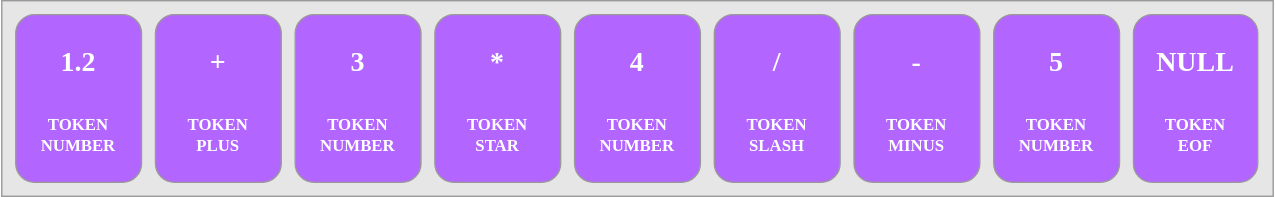
elle-j/thusly keeps this draw.io diagram as design/media/thusly-design-example-arithmetic-tokens.svg. Above is the earlier version. Source tidied: cells renumbered, new cells last; positions are measured from the earlier drawing's top-left corner, leaving out a move shared by most shapes.
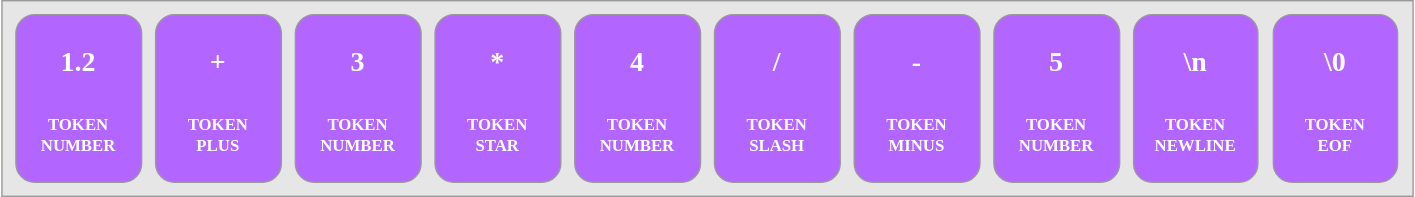
After the commit.

Commit message:
Update design documentation for interpreting arithmetic expression (#35)

Diff of the diagram source:
```diff
@@ -3,7 +3,7 @@
     <mxCell id="0" />
     <mxCell id="1" parent="0" />
     <mxCell id="2" style="rounded=0;whiteSpace=wrap;html=1;fillColor=#E6E6E6;strokeColor=#999999;" parent="1" vertex="1">
-      <mxGeometry width="910" height="140" as="geometry" />
+      <mxGeometry width="1010" height="140" as="geometry" />
     </mxCell>
     <mxCell id="3" value="&lt;div&gt;&lt;font style=&quot;font-size: 20px;&quot;&gt;1.2&lt;/font&gt;&lt;/div&gt;&lt;div style=&quot;&quot;&gt;&lt;font style=&quot;font-size: 20px;&quot;&gt;&lt;br&gt;&lt;/font&gt;&lt;/div&gt;&lt;div style=&quot;line-height: 60%;&quot;&gt;&lt;font style=&quot;font-size: 12px;&quot;&gt;TOKEN&lt;/font&gt;&lt;/div&gt;&lt;div style=&quot;line-height: 60%;&quot;&gt;&lt;span style=&quot;font-size: 12px;&quot;&gt;NUMBER&lt;/span&gt;&lt;/div&gt;" style="text;html=1;align=center;verticalAlign=middle;whiteSpace=wrap;rounded=1;fontSize=20;fontFamily=Georgia;labelBackgroundColor=none;perimeterSpacing=0;glass=0;shadow=0;fontStyle=1;strokeColor=#999999;fontColor=#FFFFFF;fillColor=#B266FF;" parent="1" vertex="1">
       <mxGeometry x="10" y="10" width="90" height="120" as="geometry" />
@@ -29,8 +29,11 @@
     <mxCell id="10" value="&lt;div&gt;5&lt;/div&gt;&lt;div style=&quot;&quot;&gt;&lt;font style=&quot;font-size: 20px;&quot;&gt;&lt;br&gt;&lt;/font&gt;&lt;/div&gt;&lt;div style=&quot;line-height: 60%;&quot;&gt;&lt;font style=&quot;font-size: 12px;&quot;&gt;TOKEN&lt;/font&gt;&lt;/div&gt;&lt;div style=&quot;line-height: 60%;&quot;&gt;&lt;span style=&quot;font-size: 12px;&quot;&gt;NUMBER&lt;/span&gt;&lt;/div&gt;" style="text;html=1;align=center;verticalAlign=middle;whiteSpace=wrap;rounded=1;fontSize=20;fontFamily=Georgia;labelBackgroundColor=none;perimeterSpacing=0;glass=0;shadow=0;fontStyle=1;strokeColor=#999999;fontColor=#FFFFFF;fillColor=#B266FF;" parent="1" vertex="1">
       <mxGeometry x="710" y="10" width="90" height="120" as="geometry" />
     </mxCell>
-    <mxCell id="11" value="&lt;div&gt;NULL&lt;/div&gt;&lt;div style=&quot;&quot;&gt;&lt;font style=&quot;font-size: 20px;&quot;&gt;&lt;br&gt;&lt;/font&gt;&lt;/div&gt;&lt;div style=&quot;line-height: 60%;&quot;&gt;&lt;font style=&quot;font-size: 12px;&quot;&gt;TOKEN&lt;/font&gt;&lt;/div&gt;&lt;div style=&quot;line-height: 60%;&quot;&gt;&lt;span style=&quot;font-size: 12px;&quot;&gt;EOF&lt;/span&gt;&lt;/div&gt;" style="text;html=1;align=center;verticalAlign=middle;whiteSpace=wrap;rounded=1;fontSize=20;fontFamily=Georgia;labelBackgroundColor=none;perimeterSpacing=0;glass=0;shadow=0;fontStyle=1;strokeColor=#999999;fontColor=#FFFFFF;fillColor=#B266FF;" parent="1" vertex="1">
-      <mxGeometry x="810" y="10" width="88.9" height="120" as="geometry" />
+    <mxCell id="11" value="&lt;div&gt;\0&lt;/div&gt;&lt;div style=&quot;&quot;&gt;&lt;font style=&quot;font-size: 20px;&quot;&gt;&lt;br&gt;&lt;/font&gt;&lt;/div&gt;&lt;div style=&quot;line-height: 60%;&quot;&gt;&lt;font style=&quot;font-size: 12px;&quot;&gt;TOKEN&lt;/font&gt;&lt;/div&gt;&lt;div style=&quot;line-height: 60%;&quot;&gt;&lt;span style=&quot;font-size: 12px;&quot;&gt;EOF&lt;/span&gt;&lt;/div&gt;" style="text;html=1;align=center;verticalAlign=middle;whiteSpace=wrap;rounded=1;fontSize=20;fontFamily=Georgia;labelBackgroundColor=none;perimeterSpacing=0;glass=0;shadow=0;fontStyle=1;strokeColor=#999999;fontColor=#FFFFFF;fillColor=#B266FF;" parent="1" vertex="1">
+      <mxGeometry x="910" y="10" width="88.9" height="120" as="geometry" />
     </mxCell>
+    <mxCell id="12" value="&lt;div&gt;\n&lt;/div&gt;&lt;div style=&quot;&quot;&gt;&lt;font style=&quot;font-size: 20px;&quot;&gt;&lt;br&gt;&lt;/font&gt;&lt;/div&gt;&lt;div style=&quot;line-height: 60%;&quot;&gt;&lt;font style=&quot;font-size: 12px;&quot;&gt;TOKEN&lt;/font&gt;&lt;/div&gt;&lt;div style=&quot;line-height: 60%;&quot;&gt;&lt;span style=&quot;font-size: 12px;&quot;&gt;NEWLINE&lt;/span&gt;&lt;/div&gt;" style="text;html=1;align=center;verticalAlign=middle;whiteSpace=wrap;rounded=1;fontSize=20;fontFamily=Georgia;labelBackgroundColor=none;perimeterSpacing=0;glass=0;shadow=0;fontStyle=1;strokeColor=#999999;fontColor=#FFFFFF;fillColor=#B266FF;" parent="1" vertex="1">
+      <mxGeometry x="810" y="10" width="88.9" height="120" as="geometry" />
+    </mxCell>
   </root>
 </mxGraphModel>
```
